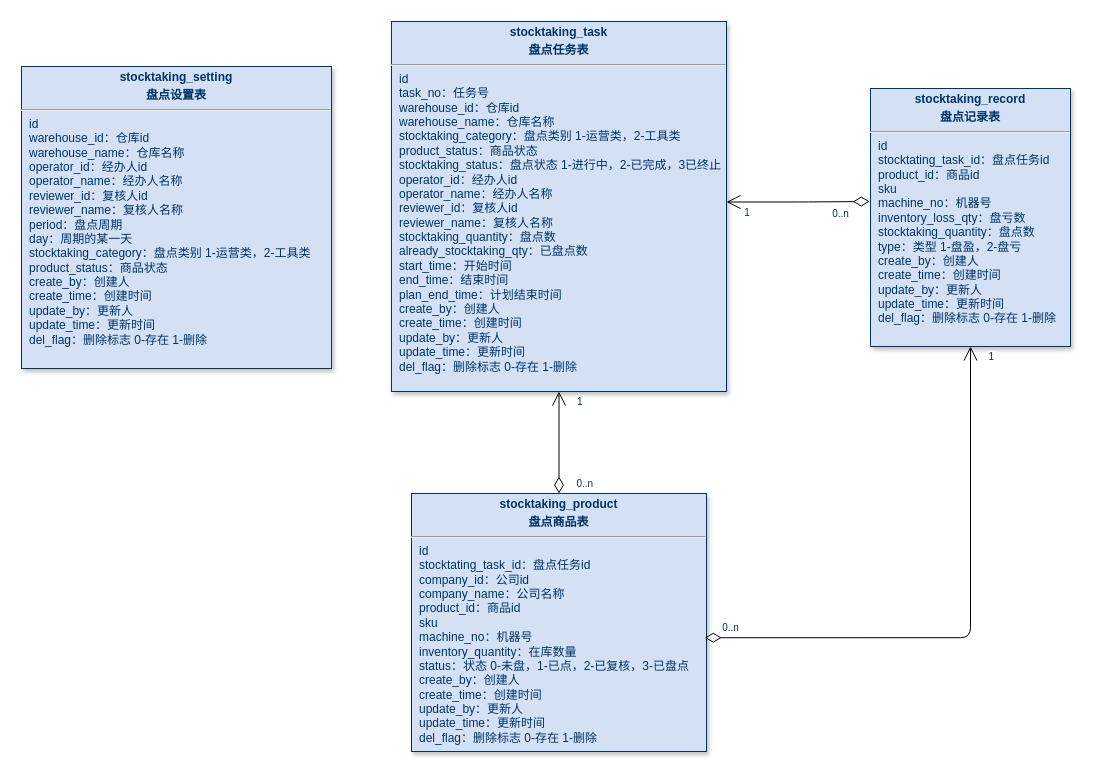
Above: page "第 2 页" (3 of 3) of zq-2.3.0.drawio in KNAI-I/test (draw.io), before the change. Source tidied: cells renumbered, new cells numbered last; positions are measured from the earlier drawing's top-left corner, leaving out a move shared by most shapes. Both pictures are drawn from the tidied source at 100%, with x=0, y=0 at pixel (21, 21).
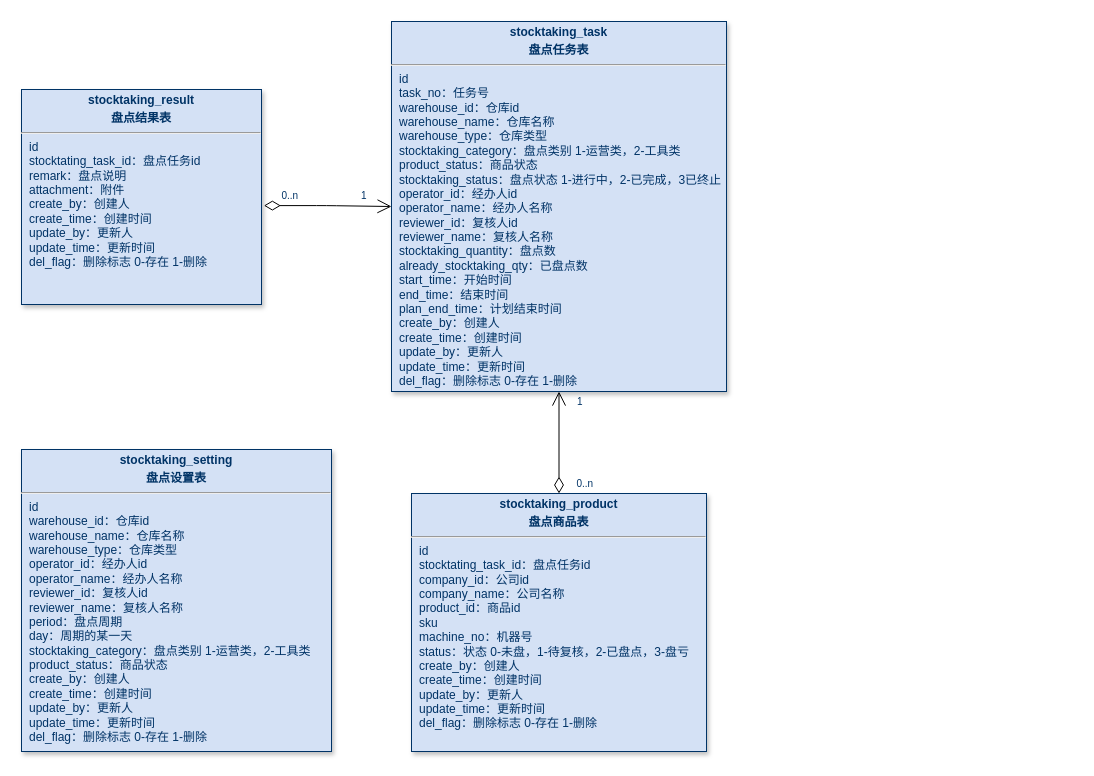
The same page after the edit.

Change to the diagram source:
```diff
@@
 <mxGraphModel>
   <root>
     <mxCell id="0" />
     <mxCell id="1" parent="0" />
     <mxCell id="2" style="endArrow=open;endSize=12;startArrow=diamondThin;startSize=14;startFill=0;edgeStyle=orthogonalEdgeStyle;entryX=0.5;entryY=1;entryDx=0;entryDy=0;exitX=0.5;exitY=0;exitDx=0;exitDy=0;" parent="1" edge="1" source="7" target="6">
       <mxGeometry x="620" y="340" as="geometry" />
     </mxCell>
     <mxCell id="3" value="0..n" style="align=left;verticalAlign=top;labelBackgroundColor=#ffffff;fontSize=10;strokeColor=#003366;shadow=1;fillColor=#D4E1F5;fontColor=#003366;" parent="2" vertex="1">
       <mxGeometry x="-1" relative="1" as="geometry">
         <mxPoint x="16" y="-22" as="offset" />
       </mxGeometry>
     </mxCell>
     <mxCell id="4" value="1" style="align=right;verticalAlign=top;labelBackgroundColor=#ffffff;fontSize=10;strokeColor=#003366;shadow=1;fillColor=#D4E1F5;fontColor=#003366;" parent="2" vertex="1">
       <mxGeometry x="1" relative="1" as="geometry">
         <mxPoint x="25" y="-2" as="offset" />
       </mxGeometry>
     </mxCell>
-    <mxCell id="5" value="&lt;p style=&quot;margin: 4px 0px 0px; text-align: center;&quot;&gt;&lt;b&gt;stocktaking_&lt;/b&gt;&lt;span style=&quot;background-color: transparent; text-align: left;&quot;&gt;&lt;b&gt;setting&lt;/b&gt;&lt;/span&gt;&lt;/p&gt;&lt;p style=&quot;margin: 4px 0px 0px; text-align: center;&quot;&gt;&lt;span style=&quot;background-color: transparent; text-align: left;&quot;&gt;&lt;b&gt;盘点设置表&lt;/b&gt;&lt;/span&gt;&lt;/p&gt;&lt;hr&gt;&lt;p style=&quot;margin: 0px; margin-left: 8px;&quot;&gt;id&lt;/p&gt;&lt;p style=&quot;margin: 0px; margin-left: 8px;&quot;&gt;warehouse_id：仓库id&lt;/p&gt;&lt;p style=&quot;margin: 0px; margin-left: 8px;&quot;&gt;warehouse_name：仓库名称&lt;/p&gt;&lt;p style=&quot;margin: 0px 0px 0px 8px;&quot;&gt;operator_id：经办人id&lt;/p&gt;&lt;p style=&quot;margin: 0px 0px 0px 8px;&quot;&gt;&lt;span style=&quot;background-color: transparent; color: light-dark(rgb(0, 51, 102), rgb(161, 205, 249));&quot;&gt;operator&lt;/span&gt;_name：经办人名称&lt;/p&gt;&lt;p style=&quot;margin: 0px 0px 0px 8px;&quot;&gt;reviewer_id：复核人id&lt;/p&gt;&lt;p style=&quot;margin: 0px 0px 0px 8px;&quot;&gt;reviewer_name：复核人名称&lt;/p&gt;&lt;p style=&quot;margin: 0px; margin-left: 8px;&quot;&gt;period：盘点周期&lt;/p&gt;&lt;p style=&quot;margin: 0px; margin-left: 8px;&quot;&gt;day：周期的某一天&lt;/p&gt;&lt;p style=&quot;margin: 0px; margin-left: 8px;&quot;&gt;stocktaking_category：盘点类别 1-运营类，2-工具类&lt;/p&gt;&lt;p style=&quot;margin: 0px; margin-left: 8px;&quot;&gt;product_status：商品状态&lt;/p&gt;&lt;p style=&quot;margin: 0px 0px 0px 8px;&quot;&gt;create_by：创建人&lt;/p&gt;&lt;p style=&quot;margin: 0px 0px 0px 8px;&quot;&gt;create_time：创建时间&lt;/p&gt;&lt;p style=&quot;margin: 0px 0px 0px 8px;&quot;&gt;update_by：更新人&lt;/p&gt;&lt;p style=&quot;margin: 0px 0px 0px 8px;&quot;&gt;update_time：更新时间&lt;/p&gt;&lt;p style=&quot;margin: 0px 0px 0px 8px;&quot;&gt;del_flag：删除标志 0-存在 1-删除&lt;/p&gt;" style="verticalAlign=top;align=left;overflow=fill;fontSize=12;fontFamily=Helvetica;html=1;strokeColor=#003366;shadow=1;fillColor=#D4E1F5;fontColor=#003366;" parent="1" vertex="1">
-      <mxGeometry y="45" width="310" height="302" as="geometry" />
+    <mxCell id="5" value="&lt;p style=&quot;margin: 4px 0px 0px; text-align: center;&quot;&gt;&lt;b&gt;stocktaking_&lt;/b&gt;&lt;span style=&quot;background-color: transparent; text-align: left;&quot;&gt;&lt;b&gt;setting&lt;/b&gt;&lt;/span&gt;&lt;/p&gt;&lt;p style=&quot;margin: 4px 0px 0px; text-align: center;&quot;&gt;&lt;span style=&quot;background-color: transparent; text-align: left;&quot;&gt;&lt;b&gt;盘点设置表&lt;/b&gt;&lt;/span&gt;&lt;/p&gt;&lt;hr&gt;&lt;p style=&quot;margin: 0px; margin-left: 8px;&quot;&gt;id&lt;/p&gt;&lt;p style=&quot;margin: 0px; margin-left: 8px;&quot;&gt;warehouse_id：仓库id&lt;/p&gt;&lt;p style=&quot;margin: 0px; margin-left: 8px;&quot;&gt;warehouse_name：仓库名称&lt;/p&gt;&lt;p style=&quot;margin: 0px; margin-left: 8px;&quot;&gt;warehouse_type：仓库类型&lt;/p&gt;&lt;p style=&quot;margin: 0px 0px 0px 8px;&quot;&gt;operator_id：经办人id&lt;/p&gt;&lt;p style=&quot;margin: 0px 0px 0px 8px;&quot;&gt;&lt;span style=&quot;background-color: transparent; color: light-dark(rgb(0, 51, 102), rgb(161, 205, 249));&quot;&gt;operator&lt;/span&gt;_name：经办人名称&lt;/p&gt;&lt;p style=&quot;margin: 0px 0px 0px 8px;&quot;&gt;reviewer_id：复核人id&lt;/p&gt;&lt;p style=&quot;margin: 0px 0px 0px 8px;&quot;&gt;reviewer_name：复核人名称&lt;/p&gt;&lt;p style=&quot;margin: 0px; margin-left: 8px;&quot;&gt;period：盘点周期&lt;/p&gt;&lt;p style=&quot;margin: 0px; margin-left: 8px;&quot;&gt;day：周期的某一天&lt;/p&gt;&lt;p style=&quot;margin: 0px; margin-left: 8px;&quot;&gt;stocktaking_category：盘点类别 1-运营类，2-工具类&lt;/p&gt;&lt;p style=&quot;margin: 0px; margin-left: 8px;&quot;&gt;product_status：商品状态&lt;/p&gt;&lt;p style=&quot;margin: 0px 0px 0px 8px;&quot;&gt;create_by：创建人&lt;/p&gt;&lt;p style=&quot;margin: 0px 0px 0px 8px;&quot;&gt;create_time：创建时间&lt;/p&gt;&lt;p style=&quot;margin: 0px 0px 0px 8px;&quot;&gt;update_by：更新人&lt;/p&gt;&lt;p style=&quot;margin: 0px 0px 0px 8px;&quot;&gt;update_time：更新时间&lt;/p&gt;&lt;p style=&quot;margin: 0px 0px 0px 8px;&quot;&gt;del_flag：删除标志 0-存在 1-删除&lt;/p&gt;" style="verticalAlign=top;align=left;overflow=fill;fontSize=12;fontFamily=Helvetica;html=1;strokeColor=#003366;shadow=1;fillColor=#D4E1F5;fontColor=#003366;" parent="1" vertex="1">
+      <mxGeometry y="428" width="310" height="302" as="geometry" />
     </mxCell>
-    <mxCell id="6" value="&lt;p style=&quot;margin: 4px 0px 0px; text-align: center;&quot;&gt;&lt;b style=&quot;&quot;&gt;stocktaking_task&lt;/b&gt;&lt;/p&gt;&lt;p style=&quot;margin: 4px 0px 0px; text-align: center;&quot;&gt;&lt;b&gt;盘点任务表&lt;/b&gt;&lt;/p&gt;&lt;hr&gt;&lt;p style=&quot;margin: 0px; margin-left: 8px;&quot;&gt;id&lt;/p&gt;&lt;p style=&quot;margin: 0px; margin-left: 8px;&quot;&gt;task_no：任务号&lt;/p&gt;&lt;p style=&quot;margin: 0px 0px 0px 8px;&quot;&gt;warehouse_id：仓库id&lt;/p&gt;&lt;p style=&quot;margin: 0px 0px 0px 8px;&quot;&gt;&lt;span style=&quot;background-color: transparent; color: light-dark(rgb(0, 51, 102), rgb(161, 205, 249));&quot;&gt;warehouse_name：仓库名称&lt;/span&gt;&lt;/p&gt;&lt;p style=&quot;margin: 0px 0px 0px 8px;&quot;&gt;stocktaking_category：盘点类别 1-运营类，2-工具类&lt;/p&gt;&lt;p style=&quot;margin: 0px; margin-left: 8px;&quot;&gt;&lt;span style=&quot;background-color: transparent; color: light-dark(rgb(0, 51, 102), rgb(161, 205, 249));&quot;&gt;product_status：商品状态&lt;/span&gt;&lt;/p&gt;&lt;p style=&quot;margin: 0px; margin-left: 8px;&quot;&gt;stocktaking_status：盘点状态 1-进行中，2-已完成，3已终止&lt;/p&gt;&lt;p style=&quot;margin: 0px 0px 0px 8px;&quot;&gt;operator_id：经办人id&lt;/p&gt;&lt;p style=&quot;margin: 0px 0px 0px 8px;&quot;&gt;&lt;span style=&quot;background-color: transparent; color: light-dark(rgb(0, 51, 102), rgb(161, 205, 249));&quot;&gt;operator&lt;/span&gt;_name：经办人名称&lt;/p&gt;&lt;p style=&quot;margin: 0px 0px 0px 8px;&quot;&gt;reviewer_id：复核人id&lt;/p&gt;&lt;p style=&quot;margin: 0px 0px 0px 8px;&quot;&gt;reviewer_name：复核人名称&lt;/p&gt;&lt;p style=&quot;margin: 0px 0px 0px 8px;&quot;&gt;stocktaking_quantity：盘点数&lt;/p&gt;&lt;p style=&quot;margin: 0px 0px 0px 8px;&quot;&gt;already_&lt;span style=&quot;background-color: transparent; color: light-dark(rgb(0, 51, 102), rgb(161, 205, 249));&quot;&gt;stocktaking_qty：已盘点数&lt;/span&gt;&lt;/p&gt;&lt;p style=&quot;margin: 0px 0px 0px 8px;&quot;&gt;start_time：开始时间&lt;/p&gt;&lt;p style=&quot;margin: 0px 0px 0px 8px;&quot;&gt;end_time：结束时间&lt;/p&gt;&lt;p style=&quot;margin: 0px 0px 0px 8px;&quot;&gt;plan_end_time：计划结束时间&lt;/p&gt;&lt;p style=&quot;margin: 0px 0px 0px 8px;&quot;&gt;create_by：创建人&lt;/p&gt;&lt;p style=&quot;margin: 0px 0px 0px 8px;&quot;&gt;create_time：创建时间&lt;/p&gt;&lt;p style=&quot;margin: 0px 0px 0px 8px;&quot;&gt;update_by：更新人&lt;/p&gt;&lt;p style=&quot;margin: 0px 0px 0px 8px;&quot;&gt;update_time：更新时间&lt;/p&gt;&lt;p style=&quot;margin: 0px 0px 0px 8px;&quot;&gt;del_flag：删除标志 0-存在 1-删除&lt;/p&gt;" style="verticalAlign=top;align=left;overflow=fill;fontSize=12;fontFamily=Helvetica;html=1;strokeColor=#003366;shadow=1;fillColor=#D4E1F5;fontColor=#003366;" parent="1" vertex="1">
+    <mxCell id="6" value="&lt;p style=&quot;margin: 4px 0px 0px; text-align: center;&quot;&gt;&lt;b style=&quot;&quot;&gt;stocktaking_task&lt;/b&gt;&lt;/p&gt;&lt;p style=&quot;margin: 4px 0px 0px; text-align: center;&quot;&gt;&lt;b&gt;盘点任务表&lt;/b&gt;&lt;/p&gt;&lt;hr&gt;&lt;p style=&quot;margin: 0px; margin-left: 8px;&quot;&gt;id&lt;/p&gt;&lt;p style=&quot;margin: 0px; margin-left: 8px;&quot;&gt;task_no：任务号&lt;/p&gt;&lt;p style=&quot;margin: 0px 0px 0px 8px;&quot;&gt;warehouse_id：仓库id&lt;/p&gt;&lt;p style=&quot;margin: 0px 0px 0px 8px;&quot;&gt;&lt;span style=&quot;background-color: transparent; color: light-dark(rgb(0, 51, 102), rgb(161, 205, 249));&quot;&gt;warehouse_name：仓库名称&lt;/span&gt;&lt;/p&gt;&lt;p style=&quot;margin: 0px 0px 0px 8px;&quot;&gt;warehouse_type：仓库类型&lt;/p&gt;&lt;p style=&quot;margin: 0px 0px 0px 8px;&quot;&gt;stocktaking_category：盘点类别 1-运营类，2-工具类&lt;/p&gt;&lt;p style=&quot;margin: 0px; margin-left: 8px;&quot;&gt;&lt;span style=&quot;background-color: transparent; color: light-dark(rgb(0, 51, 102), rgb(161, 205, 249));&quot;&gt;product_status：商品状态&lt;/span&gt;&lt;/p&gt;&lt;p style=&quot;margin: 0px; margin-left: 8px;&quot;&gt;stocktaking_status：盘点状态 1-进行中，2-已完成，3已终止&lt;/p&gt;&lt;p style=&quot;margin: 0px 0px 0px 8px;&quot;&gt;operator_id：经办人id&lt;/p&gt;&lt;p style=&quot;margin: 0px 0px 0px 8px;&quot;&gt;&lt;span style=&quot;background-color: transparent; color: light-dark(rgb(0, 51, 102), rgb(161, 205, 249));&quot;&gt;operator&lt;/span&gt;_name：经办人名称&lt;/p&gt;&lt;p style=&quot;margin: 0px 0px 0px 8px;&quot;&gt;reviewer_id：复核人id&lt;/p&gt;&lt;p style=&quot;margin: 0px 0px 0px 8px;&quot;&gt;reviewer_name：复核人名称&lt;/p&gt;&lt;p style=&quot;margin: 0px 0px 0px 8px;&quot;&gt;stocktaking_quantity：盘点数&lt;/p&gt;&lt;p style=&quot;margin: 0px 0px 0px 8px;&quot;&gt;already_&lt;span style=&quot;background-color: transparent; color: light-dark(rgb(0, 51, 102), rgb(161, 205, 249));&quot;&gt;stocktaking_qty：已盘点数&lt;/span&gt;&lt;/p&gt;&lt;p style=&quot;margin: 0px 0px 0px 8px;&quot;&gt;start_time：开始时间&lt;/p&gt;&lt;p style=&quot;margin: 0px 0px 0px 8px;&quot;&gt;end_time：结束时间&lt;/p&gt;&lt;p style=&quot;margin: 0px 0px 0px 8px;&quot;&gt;plan_end_time：计划结束时间&lt;/p&gt;&lt;p style=&quot;margin: 0px 0px 0px 8px;&quot;&gt;create_by：创建人&lt;/p&gt;&lt;p style=&quot;margin: 0px 0px 0px 8px;&quot;&gt;create_time：创建时间&lt;/p&gt;&lt;p style=&quot;margin: 0px 0px 0px 8px;&quot;&gt;update_by：更新人&lt;/p&gt;&lt;p style=&quot;margin: 0px 0px 0px 8px;&quot;&gt;update_time：更新时间&lt;/p&gt;&lt;p style=&quot;margin: 0px 0px 0px 8px;&quot;&gt;del_flag：删除标志 0-存在 1-删除&lt;/p&gt;" style="verticalAlign=top;align=left;overflow=fill;fontSize=12;fontFamily=Helvetica;html=1;strokeColor=#003366;shadow=1;fillColor=#D4E1F5;fontColor=#003366;" parent="1" vertex="1">
       <mxGeometry x="370" width="335" height="370" as="geometry" />
     </mxCell>
-    <mxCell id="7" value="&lt;p style=&quot;margin: 4px 0px 0px; text-align: center;&quot;&gt;&lt;b style=&quot;&quot;&gt;stocktaking_product&lt;/b&gt;&lt;/p&gt;&lt;p style=&quot;margin: 4px 0px 0px; text-align: center;&quot;&gt;&lt;b style=&quot;&quot;&gt;盘点商品表&lt;/b&gt;&lt;/p&gt;&lt;hr&gt;&lt;p style=&quot;margin: 0px; margin-left: 8px;&quot;&gt;id&lt;/p&gt;&lt;p style=&quot;margin: 0px; margin-left: 8px;&quot;&gt;stocktating_task_id：盘点任务id&lt;/p&gt;&lt;p style=&quot;margin: 0px 0px 0px 8px;&quot;&gt;company_id：公司id&lt;/p&gt;&lt;p style=&quot;margin: 0px 0px 0px 8px;&quot;&gt;company_name：公司名称&lt;/p&gt;&lt;p style=&quot;margin: 0px; margin-left: 8px;&quot;&gt;product_id：商品id&lt;/p&gt;&lt;p style=&quot;margin: 0px; margin-left: 8px;&quot;&gt;sku&lt;/p&gt;&lt;p style=&quot;margin: 0px; margin-left: 8px;&quot;&gt;machine_no：机器号&lt;/p&gt;&lt;p style=&quot;margin: 0px; margin-left: 8px;&quot;&gt;inventory_quantity：在库数量&lt;/p&gt;&lt;p style=&quot;margin: 0px; margin-left: 8px;&quot;&gt;status：状态 0-未盘，1-已点，2-已复核，3-已盘点&lt;/p&gt;&lt;p style=&quot;margin: 0px 0px 0px 8px;&quot;&gt;create_by：创建人&lt;/p&gt;&lt;p style=&quot;margin: 0px 0px 0px 8px;&quot;&gt;create_time：创建时间&lt;/p&gt;&lt;p style=&quot;margin: 0px 0px 0px 8px;&quot;&gt;update_by：更新人&lt;/p&gt;&lt;p style=&quot;margin: 0px 0px 0px 8px;&quot;&gt;update_time：更新时间&lt;/p&gt;&lt;p style=&quot;margin: 0px 0px 0px 8px;&quot;&gt;del_flag：删除标志 0-存在 1-删除&lt;/p&gt;" style="verticalAlign=top;align=left;overflow=fill;fontSize=12;fontFamily=Helvetica;html=1;strokeColor=#003366;shadow=1;fillColor=#D4E1F5;fontColor=#003366;" parent="1" vertex="1">
+    <mxCell id="7" value="&lt;p style=&quot;margin: 4px 0px 0px; text-align: center;&quot;&gt;&lt;b style=&quot;&quot;&gt;stocktaking_product&lt;/b&gt;&lt;/p&gt;&lt;p style=&quot;margin: 4px 0px 0px; text-align: center;&quot;&gt;&lt;b style=&quot;&quot;&gt;盘点商品表&lt;/b&gt;&lt;/p&gt;&lt;hr&gt;&lt;p style=&quot;margin: 0px; margin-left: 8px;&quot;&gt;id&lt;/p&gt;&lt;p style=&quot;margin: 0px; margin-left: 8px;&quot;&gt;stocktating_task_id：盘点任务id&lt;/p&gt;&lt;p style=&quot;margin: 0px 0px 0px 8px;&quot;&gt;company_id：公司id&lt;/p&gt;&lt;p style=&quot;margin: 0px 0px 0px 8px;&quot;&gt;company_name：公司名称&lt;/p&gt;&lt;p style=&quot;margin: 0px; margin-left: 8px;&quot;&gt;product_id：商品id&lt;/p&gt;&lt;p style=&quot;margin: 0px; margin-left: 8px;&quot;&gt;sku&lt;/p&gt;&lt;p style=&quot;margin: 0px; margin-left: 8px;&quot;&gt;machine_no：机器号&lt;/p&gt;&lt;p style=&quot;margin: 0px; margin-left: 8px;&quot;&gt;status：状态 0-未盘，1-待复核，2-已盘点，3-盘亏&lt;/p&gt;&lt;p style=&quot;margin: 0px 0px 0px 8px;&quot;&gt;create_by：创建人&lt;/p&gt;&lt;p style=&quot;margin: 0px 0px 0px 8px;&quot;&gt;create_time：创建时间&lt;/p&gt;&lt;p style=&quot;margin: 0px 0px 0px 8px;&quot;&gt;update_by：更新人&lt;/p&gt;&lt;p style=&quot;margin: 0px 0px 0px 8px;&quot;&gt;update_time：更新时间&lt;/p&gt;&lt;p style=&quot;margin: 0px 0px 0px 8px;&quot;&gt;del_flag：删除标志 0-存在 1-删除&lt;/p&gt;" style="verticalAlign=top;align=left;overflow=fill;fontSize=12;fontFamily=Helvetica;html=1;strokeColor=#003366;shadow=1;fillColor=#D4E1F5;fontColor=#003366;" parent="1" vertex="1">
       <mxGeometry x="390" y="472" width="295" height="258" as="geometry" />
     </mxCell>
-    <mxCell id="8" value="&lt;p style=&quot;margin: 4px 0px 0px; text-align: center;&quot;&gt;&lt;b style=&quot;&quot;&gt;stocktaking_record&lt;/b&gt;&lt;/p&gt;&lt;p style=&quot;margin: 4px 0px 0px; text-align: center;&quot;&gt;&lt;b style=&quot;&quot;&gt;盘点记录表&lt;/b&gt;&lt;/p&gt;&lt;hr&gt;&lt;p style=&quot;margin: 0px; margin-left: 8px;&quot;&gt;id&lt;/p&gt;&lt;p style=&quot;margin: 0px; margin-left: 8px;&quot;&gt;stocktating_task_id：盘点任务id&lt;/p&gt;&lt;p style=&quot;margin: 0px 0px 0px 8px;&quot;&gt;product_id：商品id&lt;/p&gt;&lt;p style=&quot;margin: 0px 0px 0px 8px;&quot;&gt;sku&lt;/p&gt;&lt;p style=&quot;margin: 0px 0px 0px 8px;&quot;&gt;machine_no：机器号&lt;/p&gt;&lt;p style=&quot;margin: 0px 0px 0px 8px;&quot;&gt;inventory_loss_qty：盘亏数&lt;/p&gt;&lt;p style=&quot;margin: 0px 0px 0px 8px;&quot;&gt;stocktaking_quantity：盘点数&lt;/p&gt;&lt;p style=&quot;margin: 0px 0px 0px 8px;&quot;&gt;type：类型 1-盘盈，2-盘亏&lt;/p&gt;&lt;p style=&quot;margin: 0px 0px 0px 8px;&quot;&gt;create_by：创建人&lt;/p&gt;&lt;p style=&quot;margin: 0px 0px 0px 8px;&quot;&gt;create_time：创建时间&lt;/p&gt;&lt;p style=&quot;margin: 0px 0px 0px 8px;&quot;&gt;update_by：更新人&lt;/p&gt;&lt;p style=&quot;margin: 0px 0px 0px 8px;&quot;&gt;update_time：更新时间&lt;/p&gt;&lt;p style=&quot;margin: 0px 0px 0px 8px;&quot;&gt;del_flag：删除标志 0-存在 1-删除&lt;/p&gt;" style="verticalAlign=top;align=left;overflow=fill;fontSize=12;fontFamily=Helvetica;html=1;strokeColor=#003366;shadow=1;fillColor=#D4E1F5;fontColor=#003366;" parent="1" vertex="1">
-      <mxGeometry x="849" y="67" width="200" height="258" as="geometry" />
-    </mxCell>
-    <mxCell id="9" style="endArrow=open;endSize=12;startArrow=diamondThin;startSize=14;startFill=0;edgeStyle=orthogonalEdgeStyle;entryX=1;entryY=0.5;entryDx=0;entryDy=0;exitX=-0.011;exitY=0.544;exitDx=0;exitDy=0;exitPerimeter=0;" parent="1" edge="1">
-      <mxGeometry x="620" y="340" as="geometry">
-        <mxPoint x="848.2" y="180" as="sourcePoint" />
-        <mxPoint x="705" y="180.5" as="targetPoint" />
-      </mxGeometry>
-    </mxCell>
-    <mxCell id="10" value="0..n" style="align=left;verticalAlign=top;labelBackgroundColor=#ffffff;fontSize=10;strokeColor=#003366;shadow=1;fillColor=#D4E1F5;fontColor=#003366;" parent="9" vertex="1">
-      <mxGeometry x="-1" relative="1" as="geometry">
-        <mxPoint x="-39" as="offset" />
-      </mxGeometry>
-    </mxCell>
-    <mxCell id="11" value="1" style="align=right;verticalAlign=top;labelBackgroundColor=#ffffff;fontSize=10;strokeColor=#003366;shadow=1;fillColor=#D4E1F5;fontColor=#003366;" parent="9" vertex="1">
-      <mxGeometry x="1" relative="1" as="geometry">
-        <mxPoint x="25" y="-2" as="offset" />
-      </mxGeometry>
-    </mxCell>
-    <mxCell id="12" style="endArrow=open;endSize=12;startArrow=diamondThin;startSize=14;startFill=0;edgeStyle=orthogonalEdgeStyle;entryX=0.5;entryY=1;entryDx=0;entryDy=0;exitX=0.994;exitY=0.559;exitDx=0;exitDy=0;exitPerimeter=0;" parent="1" edge="1" source="7" target="8">
-      <mxGeometry x="620" y="340" as="geometry" />
-    </mxCell>
-    <mxCell id="13" value="0..n" style="align=left;verticalAlign=top;labelBackgroundColor=#ffffff;fontSize=10;strokeColor=#003366;shadow=1;fillColor=#D4E1F5;fontColor=#003366;" parent="12" vertex="1">
-      <mxGeometry x="-1" relative="1" as="geometry">
-        <mxPoint x="16" y="-22" as="offset" />
-      </mxGeometry>
-    </mxCell>
-    <mxCell id="14" value="1" style="align=right;verticalAlign=top;labelBackgroundColor=#ffffff;fontSize=10;strokeColor=#003366;shadow=1;fillColor=#D4E1F5;fontColor=#003366;" parent="12" vertex="1">
-      <mxGeometry x="1" relative="1" as="geometry">
-        <mxPoint x="25" y="-2" as="offset" />
-      </mxGeometry>
-    </mxCell>
+    <mxCell id="15" value="&lt;p style=&quot;margin: 4px 0px 0px; text-align: center;&quot;&gt;&lt;b style=&quot;&quot;&gt;stocktaking_&lt;/b&gt;&lt;span style=&quot;background-color: transparent; text-align: left;&quot;&gt;&lt;b&gt;result&lt;/b&gt;&lt;/span&gt;&lt;/p&gt;&lt;p style=&quot;margin: 4px 0px 0px; text-align: center;&quot;&gt;&lt;b style=&quot;&quot;&gt;盘点结果表&lt;/b&gt;&lt;/p&gt;&lt;hr&gt;&lt;p style=&quot;margin: 0px; margin-left: 8px;&quot;&gt;id&lt;/p&gt;&lt;p style=&quot;margin: 0px; margin-left: 8px;&quot;&gt;stocktating_task_id：盘点任务id&lt;/p&gt;&lt;p style=&quot;margin: 0px; margin-left: 8px;&quot;&gt;remark：盘点说明&lt;/p&gt;&lt;p style=&quot;margin: 0px; margin-left: 8px;&quot;&gt;attachment：附件&lt;/p&gt;&lt;p style=&quot;margin: 0px 0px 0px 8px;&quot;&gt;create_by：创建人&lt;/p&gt;&lt;p style=&quot;margin: 0px 0px 0px 8px;&quot;&gt;create_time：创建时间&lt;/p&gt;&lt;p style=&quot;margin: 0px 0px 0px 8px;&quot;&gt;update_by：更新人&lt;/p&gt;&lt;p style=&quot;margin: 0px 0px 0px 8px;&quot;&gt;update_time：更新时间&lt;/p&gt;&lt;p style=&quot;margin: 0px 0px 0px 8px;&quot;&gt;del_flag：删除标志 0-存在 1-删除&lt;/p&gt;" style="verticalAlign=top;align=left;overflow=fill;fontSize=12;fontFamily=Helvetica;html=1;strokeColor=#003366;shadow=1;fillColor=#D4E1F5;fontColor=#003366;" parent="1" vertex="1">
+      <mxGeometry y="68" width="240" height="215" as="geometry" />
+    </mxCell>
+    <mxCell id="16" style="endArrow=open;endSize=12;startArrow=diamondThin;startSize=14;startFill=0;edgeStyle=orthogonalEdgeStyle;entryX=0;entryY=0.5;entryDx=0;entryDy=0;exitX=1.01;exitY=0.54;exitDx=0;exitDy=0;exitPerimeter=0;" parent="1" edge="1" source="15" target="6">
+      <mxGeometry x="620" y="340" as="geometry" />
+    </mxCell>
+    <mxCell id="17" value="0..n" style="align=left;verticalAlign=top;labelBackgroundColor=#ffffff;fontSize=10;strokeColor=#003366;shadow=1;fillColor=#D4E1F5;fontColor=#003366;" parent="16" vertex="1">
+      <mxGeometry x="-1" relative="1" as="geometry">
+        <mxPoint x="16" y="-22" as="offset" />
+      </mxGeometry>
+    </mxCell>
+    <mxCell id="18" value="1" style="align=right;verticalAlign=top;labelBackgroundColor=#ffffff;fontSize=10;strokeColor=#003366;shadow=1;fillColor=#D4E1F5;fontColor=#003366;" parent="16" vertex="1">
+      <mxGeometry x="1" relative="1" as="geometry">
+        <mxPoint x="-24" y="-23" as="offset" />
+      </mxGeometry>
+    </mxCell>
   </root>
 </mxGraphModel>
```
